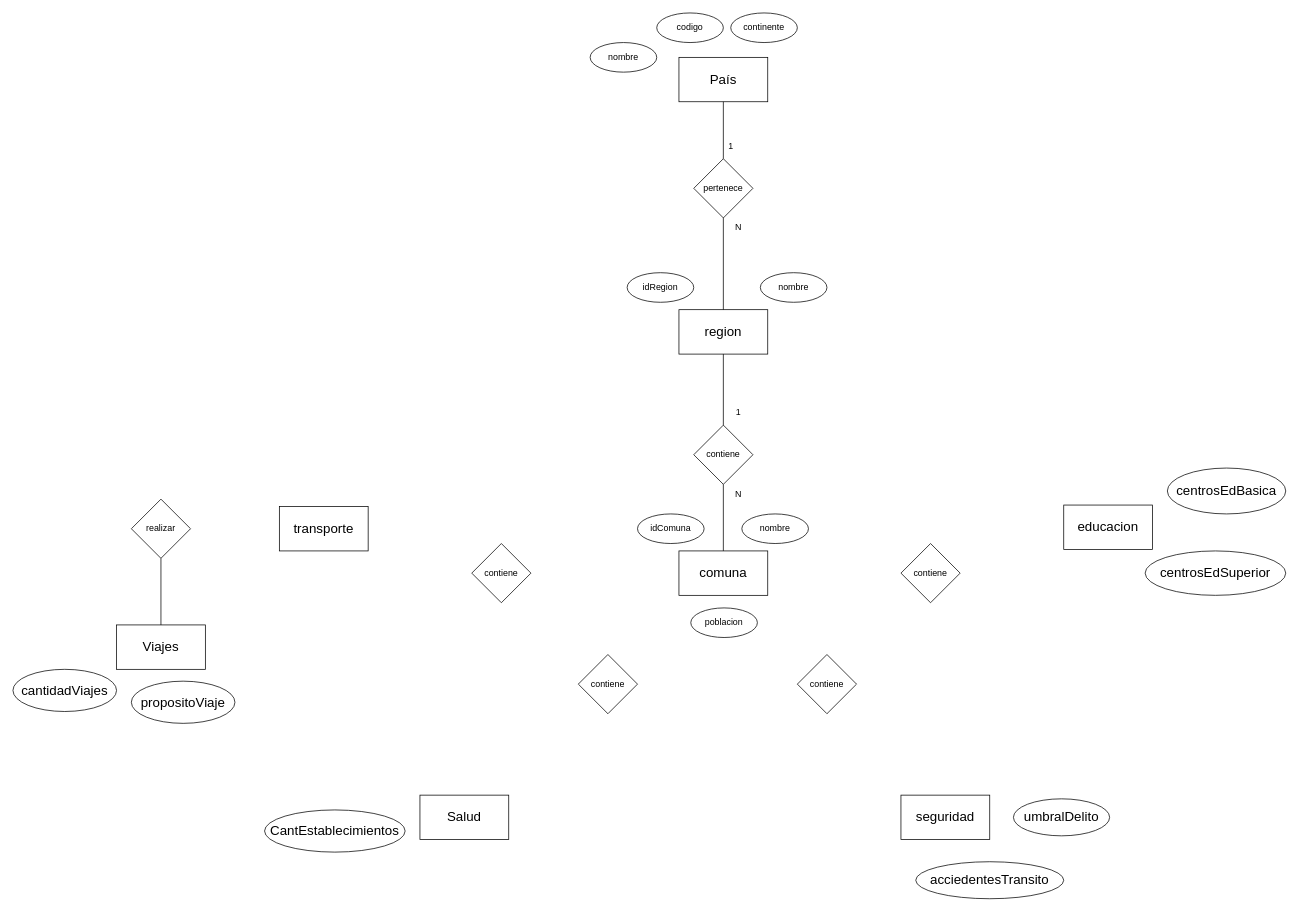
The draw.io diagram Parte_B/diagrama entidad-relacion.drawio in LuisPa197/INFO133-equipo01, before the edit. Source tidied: cells renumbered, new cells numbered last; positions are measured from the earlier drawing's top-left corner, leaving out a move shared by most shapes. Both pictures are drawn from the tidied source at 74%, with x=0, y=0 at pixel (13, 13).
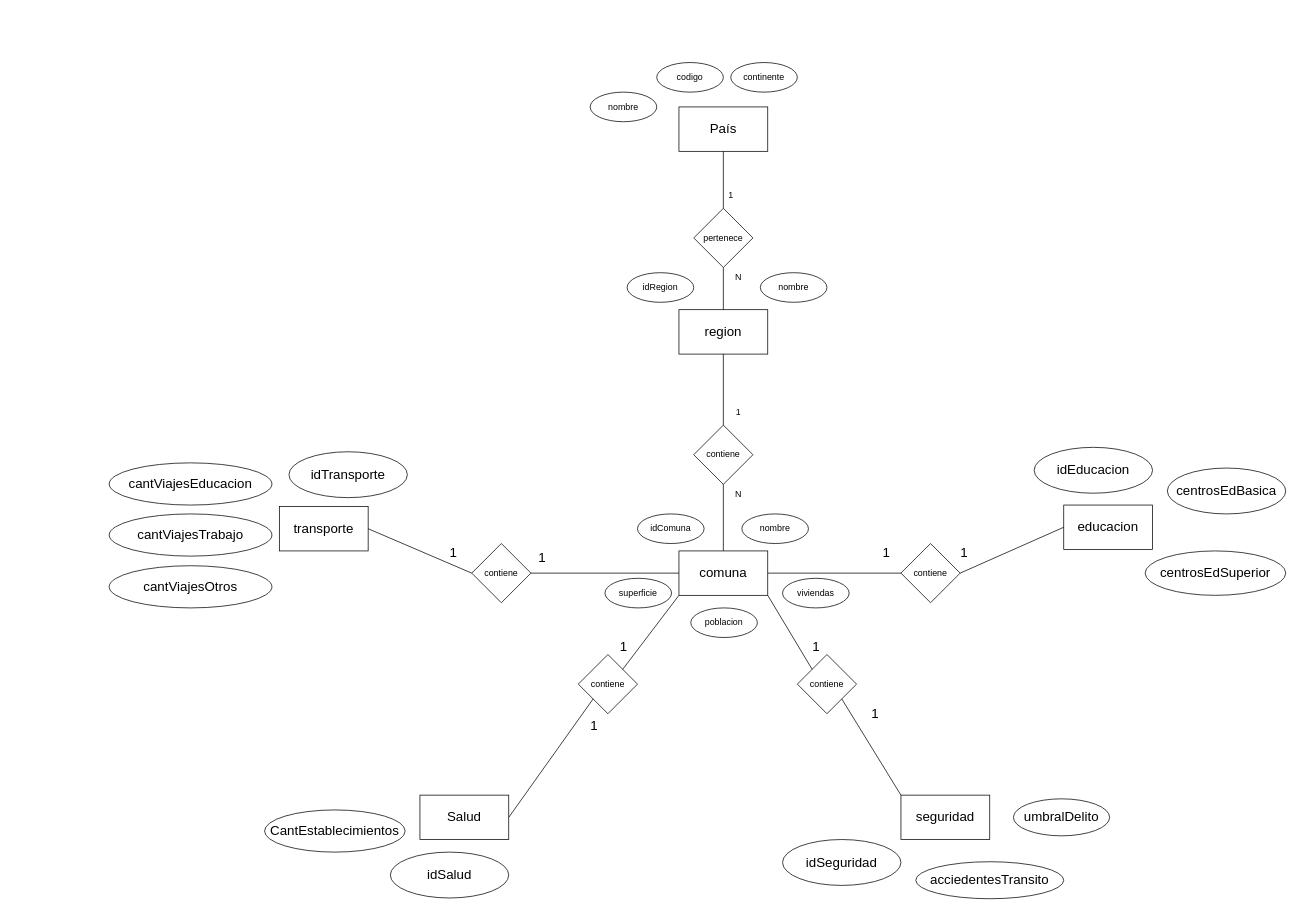
The same page after the edit.

The change refers to these unchanged cells:
```xml
<mxCell id="4" value="&lt;font style=&quot;font-size: 18px;&quot;&gt;comuna&lt;/font&gt;" style="rounded=0;whiteSpace=wrap;html=1;" parent="1" vertex="1">
  <mxGeometry x="900" y="727" width="120" height="60" as="geometry" />
</mxCell>
<mxCell id="23" value="&lt;span style=&quot;font-size: 18px;&quot;&gt;educacion&lt;/span&gt;" style="rounded=0;whiteSpace=wrap;html=1;" parent="1" vertex="1">
  <mxGeometry x="1420" y="665" width="120" height="60" as="geometry" />
</mxCell>
<mxCell id="24" value="&lt;font style=&quot;font-size: 18px;&quot;&gt;seguridad&lt;/font&gt;" style="rounded=0;whiteSpace=wrap;html=1;" parent="1" vertex="1">
  <mxGeometry x="1200" y="1057" width="120" height="60" as="geometry" />
</mxCell>
<mxCell id="25" value="&lt;span style=&quot;font-size: 18px;&quot;&gt;Salud&lt;/span&gt;" style="rounded=0;whiteSpace=wrap;html=1;" parent="1" vertex="1">
  <mxGeometry x="550" y="1057" width="120" height="60" as="geometry" />
</mxCell>
<mxCell id="26" value="&lt;font style=&quot;font-size: 18px;&quot;&gt;transporte&lt;/font&gt;" style="rounded=0;whiteSpace=wrap;html=1;" parent="1" vertex="1">
  <mxGeometry x="360" y="667" width="120" height="60" as="geometry" />
</mxCell>
<mxCell id="27" value="contiene" style="rhombus;whiteSpace=wrap;html=1;" parent="1" vertex="1">
  <mxGeometry x="620" y="717" width="80" height="80" as="geometry" />
</mxCell>
<mxCell id="28" value="contiene" style="rhombus;whiteSpace=wrap;html=1;" parent="1" vertex="1">
  <mxGeometry x="1200" y="717" width="80" height="80" as="geometry" />
</mxCell>
<mxCell id="29" value="contiene" style="rhombus;whiteSpace=wrap;html=1;" parent="1" vertex="1">
  <mxGeometry x="764" y="867" width="80" height="80" as="geometry" />
</mxCell>
<mxCell id="30" value="contiene" style="rhombus;whiteSpace=wrap;html=1;" parent="1" vertex="1">
  <mxGeometry x="1060" y="867" width="80" height="80" as="geometry" />
</mxCell>
```

Change to the diagram source:
```diff
@@
     <mxCell id="2" value="&lt;font style=&quot;font-size: 18px;&quot;&gt;País&lt;/font&gt;" style="rounded=0;whiteSpace=wrap;html=1;" parent="1" vertex="1">
-      <mxGeometry x="900" y="60" width="120" height="60" as="geometry" />
+      <mxGeometry x="900" y="127" width="120" height="60" as="geometry" />
     </mxCell>
@@
     <mxCell id="5" value="nombre" style="ellipse;whiteSpace=wrap;html=1;" parent="1" vertex="1">
-      <mxGeometry x="780" y="40" width="90" height="40" as="geometry" />
+      <mxGeometry x="780" y="107" width="90" height="40" as="geometry" />
     </mxCell>
     <mxCell id="6" value="codigo" style="ellipse;whiteSpace=wrap;html=1;" parent="1" vertex="1">
-      <mxGeometry x="870" width="90" height="40" as="geometry" />
+      <mxGeometry x="870" y="67" width="90" height="40" as="geometry" />
     </mxCell>
     <mxCell id="7" value="continente" style="ellipse;whiteSpace=wrap;html=1;" parent="1" vertex="1">
-      <mxGeometry x="970" width="90" height="40" as="geometry" />
+      <mxGeometry x="970" y="67" width="90" height="40" as="geometry" />
     </mxCell>
@@
     <mxCell id="13" value="pertenece" style="rhombus;whiteSpace=wrap;html=1;" parent="1" vertex="1">
-      <mxGeometry x="920" y="197" width="80" height="80" as="geometry" />
+      <mxGeometry x="920" y="264" width="80" height="80" as="geometry" />
     </mxCell>
@@
     <mxCell id="18" value="1" style="text;html=1;align=center;verticalAlign=middle;strokeColor=none;fillColor=none;" parent="1" vertex="1">
-      <mxGeometry x="955" y="165" width="30" height="30" as="geometry" />
+      <mxGeometry x="955" y="232" width="30" height="30" as="geometry" />
     </mxCell>
     <mxCell id="19" value="N" style="text;html=1;align=center;verticalAlign=middle;strokeColor=none;fillColor=none;" parent="1" vertex="1">
-      <mxGeometry x="965" y="275" width="30" height="30" as="geometry" />
+      <mxGeometry x="965" y="342" width="30" height="30" as="geometry" />
     </mxCell>
@@
-    <mxCell id="33" value="&lt;span style=&quot;font-size: 18px;&quot;&gt;propositoViaje&lt;/span&gt;" style="ellipse;whiteSpace=wrap;html=1;" parent="1" vertex="1">
-      <mxGeometry x="160" y="903" width="140" height="57" as="geometry" />
-    </mxCell>
-    <mxCell id="34" value="&lt;span style=&quot;font-size: 18px;&quot;&gt;cantidadViajes&lt;/span&gt;" style="ellipse;whiteSpace=wrap;html=1;" parent="1" vertex="1">
-      <mxGeometry y="887" width="140" height="57" as="geometry" />
+    <mxCell id="34" value="&lt;span style=&quot;font-size: 18px;&quot;&gt;cantViajesEducacion&lt;/span&gt;" style="ellipse;whiteSpace=wrap;html=1;" parent="1" vertex="1">
+      <mxGeometry x="130" y="608" width="220" height="57" as="geometry" />
     </mxCell>
@@
-    <mxCell id="38" value="&lt;font style=&quot;font-size: 18px;&quot;&gt;Viajes&lt;/font&gt;" style="rounded=0;whiteSpace=wrap;html=1;" parent="1" vertex="1">
-      <mxGeometry x="140" y="827" width="120" height="60" as="geometry" />
-    </mxCell>
-    <mxCell id="39" value="realizar" style="rhombus;whiteSpace=wrap;html=1;" parent="1" vertex="1">
-      <mxGeometry x="160" y="657" width="80" height="80" as="geometry" />
-    </mxCell>
-    <mxCell id="40" style="endArrow=none;html=1;rounded=0;entryX=0.5;entryY=1;entryDx=0;entryDy=0;exitX=0.5;exitY=0;exitDx=0;exitDy=0;" parent="1" edge="1" source="38" target="39">
-      <mxGeometry relative="1" as="geometry" />
-    </mxCell>
+    <mxCell id="41" style="endArrow=none;html=1;rounded=0;exitX=1;exitY=0.5;exitDx=0;exitDy=0;entryX=0;entryY=0.5;entryDx=0;entryDy=0;" parent="1" edge="1" source="4" target="28">
+      <mxGeometry relative="1" as="geometry" />
+    </mxCell>
+    <mxCell id="42" style="endArrow=none;html=1;rounded=0;exitX=1;exitY=0.5;exitDx=0;exitDy=0;entryX=0;entryY=0.5;entryDx=0;entryDy=0;" parent="1" edge="1" source="28" target="23">
+      <mxGeometry relative="1" as="geometry" />
+    </mxCell>
+    <mxCell id="43" value="&lt;font style=&quot;font-size: 18px;&quot;&gt;1&lt;/font&gt;" style="text;html=1;align=center;verticalAlign=middle;strokeColor=none;fillColor=none;" parent="1" vertex="1">
+      <mxGeometry x="1165" y="710" width="30" height="40" as="geometry" />
+    </mxCell>
+    <mxCell id="44" value="&lt;font style=&quot;font-size: 18px;&quot;&gt;1&lt;/font&gt;" style="text;html=1;align=center;verticalAlign=middle;strokeColor=none;fillColor=none;" parent="1" vertex="1">
+      <mxGeometry x="1270" y="710" width="30" height="40" as="geometry" />
+    </mxCell>
+    <mxCell id="45" style="endArrow=none;html=1;rounded=0;entryX=1;entryY=1;entryDx=0;entryDy=0;exitX=0;exitY=0;exitDx=0;exitDy=0;" parent="1" edge="1" source="30" target="4">
+      <mxGeometry relative="1" as="geometry" />
+    </mxCell>
+    <mxCell id="46" style="endArrow=none;html=1;rounded=0;entryX=1;entryY=1;entryDx=0;entryDy=0;exitX=0;exitY=0;exitDx=0;exitDy=0;" parent="1" edge="1" source="24" target="30">
+      <mxGeometry relative="1" as="geometry" />
+    </mxCell>
+    <mxCell id="47" value="&lt;font style=&quot;font-size: 18px;&quot;&gt;1&lt;/font&gt;" style="text;html=1;align=center;verticalAlign=middle;strokeColor=none;fillColor=none;" parent="1" vertex="1">
+      <mxGeometry x="1070" y="837" width="30" height="40" as="geometry" />
+    </mxCell>
+    <mxCell id="48" value="&lt;font style=&quot;font-size: 18px;&quot;&gt;1&lt;/font&gt;" style="text;html=1;align=center;verticalAlign=middle;strokeColor=none;fillColor=none;" parent="1" vertex="1">
+      <mxGeometry x="1150" y="927" width="30" height="40" as="geometry" />
+    </mxCell>
+    <mxCell id="49" style="endArrow=none;html=1;rounded=0;entryX=0;entryY=1;entryDx=0;entryDy=0;exitX=1;exitY=0;exitDx=0;exitDy=0;" parent="1" edge="1" source="29" target="4">
+      <mxGeometry relative="1" as="geometry" />
+    </mxCell>
+    <mxCell id="50" style="endArrow=none;html=1;rounded=0;exitX=1;exitY=0.5;exitDx=0;exitDy=0;entryX=0;entryY=1;entryDx=0;entryDy=0;" parent="1" edge="1" source="25" target="29">
+      <mxGeometry relative="1" as="geometry" />
+    </mxCell>
+    <mxCell id="51" value="&lt;font style=&quot;font-size: 18px;&quot;&gt;1&lt;/font&gt;" style="text;html=1;align=center;verticalAlign=middle;strokeColor=none;fillColor=none;" parent="1" vertex="1">
+      <mxGeometry x="810" y="837" width="30" height="40" as="geometry" />
+    </mxCell>
+    <mxCell id="52" value="&lt;font style=&quot;font-size: 18px;&quot;&gt;1&lt;/font&gt;" style="text;html=1;align=center;verticalAlign=middle;strokeColor=none;fillColor=none;" parent="1" vertex="1">
+      <mxGeometry x="770" y="944" width="30" height="40" as="geometry" />
+    </mxCell>
+    <mxCell id="53" style="endArrow=none;html=1;rounded=0;entryX=0;entryY=0.5;entryDx=0;entryDy=0;exitX=1;exitY=0.5;exitDx=0;exitDy=0;" parent="1" edge="1" source="26" target="27">
+      <mxGeometry relative="1" as="geometry" />
+    </mxCell>
+    <mxCell id="54" style="endArrow=none;html=1;rounded=0;entryX=0;entryY=0.5;entryDx=0;entryDy=0;exitX=1;exitY=0.5;exitDx=0;exitDy=0;" parent="1" edge="1" source="27" target="4">
+      <mxGeometry relative="1" as="geometry" />
+    </mxCell>
+    <mxCell id="55" value="&lt;font style=&quot;font-size: 18px;&quot;&gt;1&lt;/font&gt;" style="text;html=1;align=center;verticalAlign=middle;strokeColor=none;fillColor=none;" parent="1" vertex="1">
+      <mxGeometry x="700" y="717" width="30" height="40" as="geometry" />
+    </mxCell>
+    <mxCell id="56" value="&lt;font style=&quot;font-size: 18px;&quot;&gt;1&lt;/font&gt;" style="text;html=1;align=center;verticalAlign=middle;strokeColor=none;fillColor=none;" parent="1" vertex="1">
+      <mxGeometry x="580" y="710" width="30" height="40" as="geometry" />
+    </mxCell>
+    <mxCell id="57" value="&lt;span style=&quot;font-size: 18px;&quot;&gt;cantViajesTrabajo&lt;/span&gt;" style="ellipse;whiteSpace=wrap;html=1;" parent="1" vertex="1">
+      <mxGeometry x="130" y="677" width="220" height="57" as="geometry" />
+    </mxCell>
+    <mxCell id="58" value="&lt;span style=&quot;font-size: 18px;&quot;&gt;cantViajesOtros&lt;/span&gt;" style="ellipse;whiteSpace=wrap;html=1;" parent="1" vertex="1">
+      <mxGeometry x="130" y="747" width="220" height="57" as="geometry" />
+    </mxCell>
+    <mxCell id="59" value="&lt;span style=&quot;font-size: 18px;&quot;&gt;idTransporte&lt;/span&gt;" style="ellipse;whiteSpace=wrap;html=1;" parent="1" vertex="1">
+      <mxGeometry x="373" y="593" width="160" height="62" as="geometry" />
+    </mxCell>
+    <mxCell id="60" value="&lt;span style=&quot;font-size: 18px;&quot;&gt;idSalud&lt;/span&gt;" style="ellipse;whiteSpace=wrap;html=1;" parent="1" vertex="1">
+      <mxGeometry x="510" y="1134" width="160" height="62" as="geometry" />
+    </mxCell>
+    <mxCell id="61" value="&lt;span style=&quot;font-size: 18px;&quot;&gt;idSeguridad&lt;/span&gt;" style="ellipse;whiteSpace=wrap;html=1;" parent="1" vertex="1">
+      <mxGeometry x="1040" y="1117" width="160" height="62" as="geometry" />
+    </mxCell>
+    <mxCell id="62" value="&lt;span style=&quot;font-size: 18px;&quot;&gt;idEducacion&lt;/span&gt;" style="ellipse;whiteSpace=wrap;html=1;" parent="1" vertex="1">
+      <mxGeometry x="1380" y="587" width="160" height="62" as="geometry" />
+    </mxCell>
+    <mxCell id="63" value="viviendas" style="ellipse;whiteSpace=wrap;html=1;" parent="1" vertex="1">
+      <mxGeometry x="1040" y="764" width="90" height="40" as="geometry" />
+    </mxCell>
+    <mxCell id="64" value="superficie" style="ellipse;whiteSpace=wrap;html=1;" parent="1" vertex="1">
+      <mxGeometry x="800" y="764" width="90" height="40" as="geometry" />
+    </mxCell>
```
